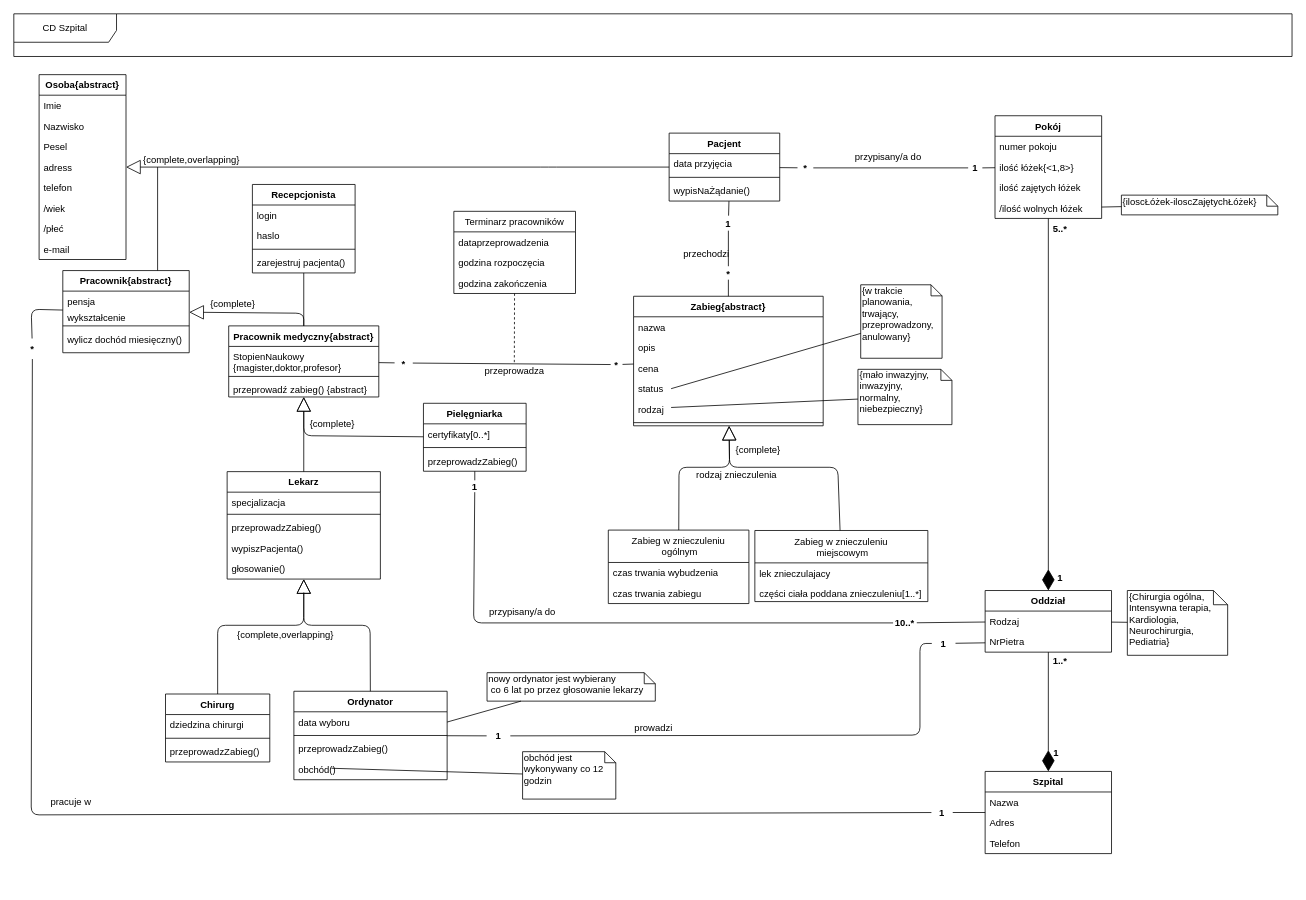
Earlier version of the draw.io diagram page "class" (1 of 2) of Szpital.drawio (AleksanderStaruch/HospitalUML). Source tidied: cells renumbered, new cells numbered last; positions are measured from the earlier drawing's top-left corner, leaving out a move shared by most shapes. Both pictures are drawn from the tidied source at 79%, with x=0, y=0 at pixel (13, 13).
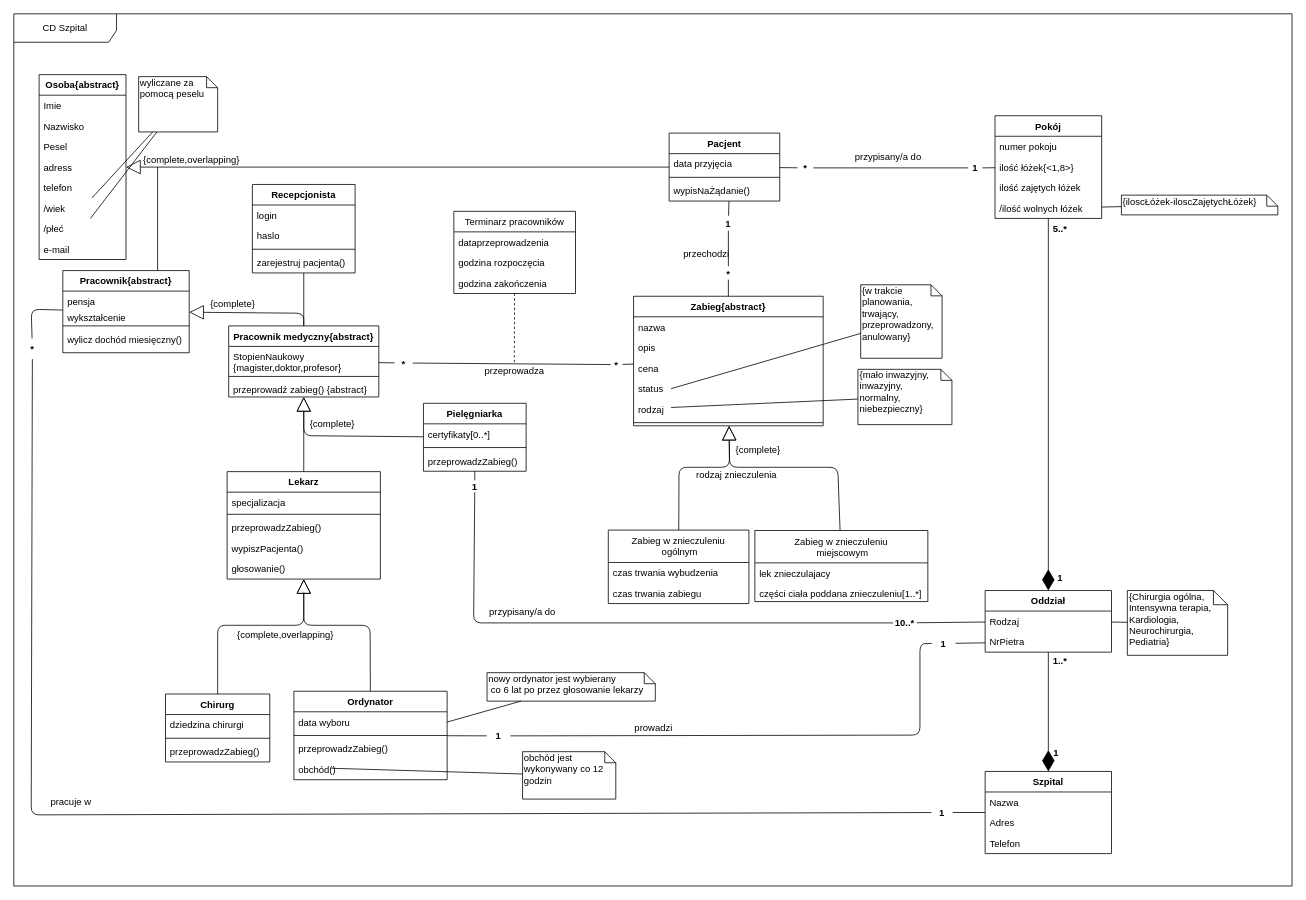
The same page after the edit.

Unchanged cells that the change refers to:
```xml
<mxCell id="44" value="/wiek" style="text;strokeColor=none;fillColor=none;align=left;verticalAlign=top;spacingLeft=4;spacingRight=4;overflow=hidden;points=[[0,0.5],[1,0.5]];portConstraint=eastwest;" parent="38" vertex="1">
  <mxGeometry y="156" width="110" height="26" as="geometry" />
</mxCell>
<mxCell id="45" value="/płeć" style="text;strokeColor=none;fillColor=none;align=left;verticalAlign=top;spacingLeft=4;spacingRight=4;overflow=hidden;points=[[0,0.5],[1,0.5]];portConstraint=eastwest;" parent="38" vertex="1">
  <mxGeometry y="182" width="110" height="26" as="geometry" />
</mxCell>
```

Diff of the diagram source:
```diff
@@
     <mxCell id="86" value="CD Szpital" style="shape=umlFrame;whiteSpace=wrap;html=1;width=130;height=36;" parent="1" vertex="1">
-      <mxGeometry width="1618" height="54" as="geometry" />
+      <mxGeometry width="1618" height="1104" as="geometry" />
     </mxCell>
@@
+    <mxCell id="149" value="wyliczane za pomocą peselu" style="shape=note;whiteSpace=wrap;html=1;size=14;verticalAlign=top;align=left;spacingTop=-6;" parent="1" vertex="1">
+      <mxGeometry x="158" y="79.5" width="100" height="70" as="geometry" />
+    </mxCell>
+    <mxCell id="150" style="endArrow=none;html=1;" parent="1" edge="1" source="44" target="149">
+      <mxGeometry relative="1" as="geometry" />
+    </mxCell>
+    <mxCell id="151" style="endArrow=none;html=1;" parent="1" edge="1" source="45" target="149">
+      <mxGeometry relative="1" as="geometry" />
+    </mxCell>
```
